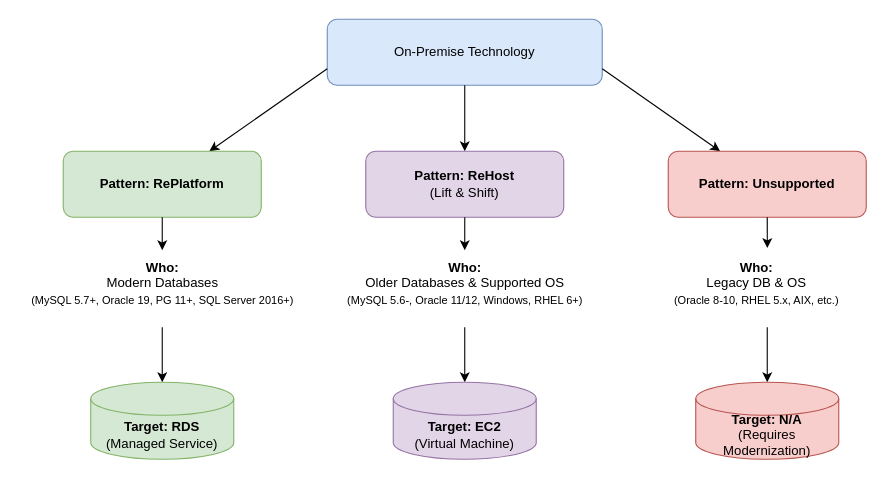
Above: technical-view-decision-tree.drawio in anthonygea/mycv (draw.io), before the change. Source tidied: cells renumbered, new cells numbered last; positions are measured from the earlier drawing's top-left corner, leaving out a move shared by most shapes. Both pictures are drawn from the tidied source at 110%, with x=0, y=0 at pixel (30, 19).
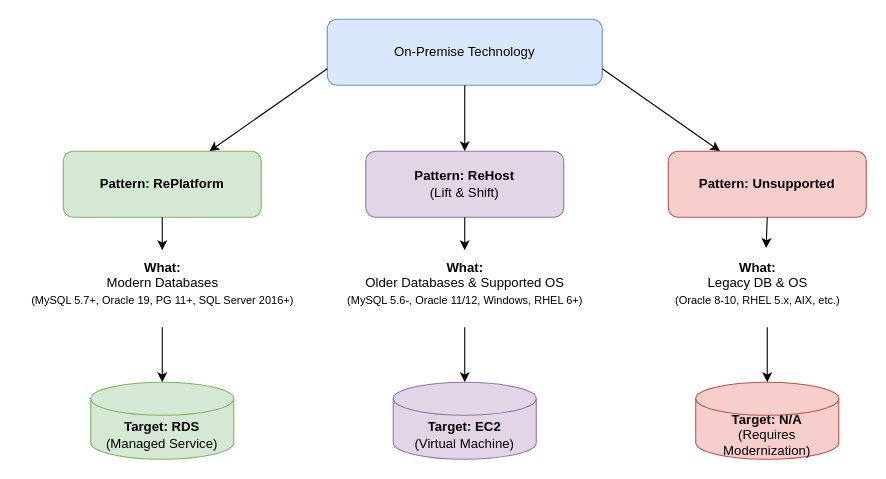
The same page after the edit.

What changed in the source:
```diff
@@
-    <mxCell id="12" value="&lt;b&gt;Who:&lt;/b&gt;&lt;div&gt;Modern Databases&lt;/div&gt;&lt;div&gt;&lt;font style=&quot;font-size: 10px;&quot;&gt;(MySQL 5.7+, Oracle 19, PG 11+, SQL Server 2016+)&lt;/font&gt;&lt;/div&gt;" style="text;html=1;align=center;verticalAlign=middle;points=[];strokeColor=none;fillColor=none;" parent="1" vertex="1">
-      <mxGeometry y="210" width="240" height="60" as="geometry" />
+    <mxCell id="12" value="&lt;b&gt;What:&lt;/b&gt;&lt;div&gt;Modern Databases&lt;/div&gt;&lt;div&gt;&lt;font style=&quot;font-size: 10px;&quot;&gt;(MySQL 5.7+, Oracle 19, PG 11+, SQL Server 2016+)&lt;/font&gt;&lt;/div&gt;" style="text;html=1;align=center;verticalAlign=middle;points=[];strokeColor=none;fillColor=none;" parent="1" vertex="1">
+      <mxGeometry x="-10" y="210" width="260" height="60" as="geometry" />
     </mxCell>
-    <mxCell id="13" value="&lt;b&gt;Who:&lt;/b&gt;&lt;div&gt;Older Databases &amp;amp; Supported OS&lt;/div&gt;&lt;div&gt;&lt;font style=&quot;font-size: 10px;&quot;&gt;(MySQL 5.6-, Oracle 11/12, Windows, RHEL 6+)&lt;/font&gt;&lt;/div&gt;" style="text;html=1;align=center;verticalAlign=middle;points=[];strokeColor=none;fillColor=none;" parent="1" vertex="1">
-      <mxGeometry x="269" y="210" width="252" height="60" as="geometry" />
+    <mxCell id="13" value="&lt;b&gt;What:&lt;/b&gt;&lt;div&gt;Older Databases &amp;amp; Supported OS&lt;/div&gt;&lt;div&gt;&lt;font style=&quot;font-size: 10px;&quot;&gt;(MySQL 5.6-, Oracle 11/12, Windows, RHEL 6+)&lt;/font&gt;&lt;/div&gt;" style="text;html=1;align=center;verticalAlign=middle;points=[];strokeColor=none;fillColor=none;" parent="1" vertex="1">
+      <mxGeometry x="275" y="210" width="240" height="60" as="geometry" />
     </mxCell>
-    <mxCell id="14" value="&lt;b&gt;Who:&lt;/b&gt;&lt;div&gt;Legacy DB &amp;amp; OS&lt;/div&gt;&lt;div&gt;&lt;font style=&quot;font-size: 10px;&quot;&gt;(Oracle 8-10, RHEL 5.x, AIX, etc.)&lt;/font&gt;&lt;/div&gt;" style="text;html=1;align=center;verticalAlign=middle;points=[];strokeColor=none;fillColor=none;" parent="1" vertex="1">
-      <mxGeometry x="559.5" y="210" width="201" height="60" as="geometry" />
+    <mxCell id="14" value="&lt;b&gt;What:&lt;/b&gt;&lt;div&gt;Legacy DB &amp;amp; OS&lt;/div&gt;&lt;div&gt;&lt;font style=&quot;font-size: 10px;&quot;&gt;(Oracle 8-10, RHEL 5.x, AIX, etc.)&lt;/font&gt;&lt;/div&gt;" style="text;html=1;align=center;verticalAlign=middle;points=[];strokeColor=none;fillColor=none;" parent="1" vertex="1">
+      <mxGeometry x="575.5" y="210" width="170" height="60" as="geometry" />
     </mxCell>
```
